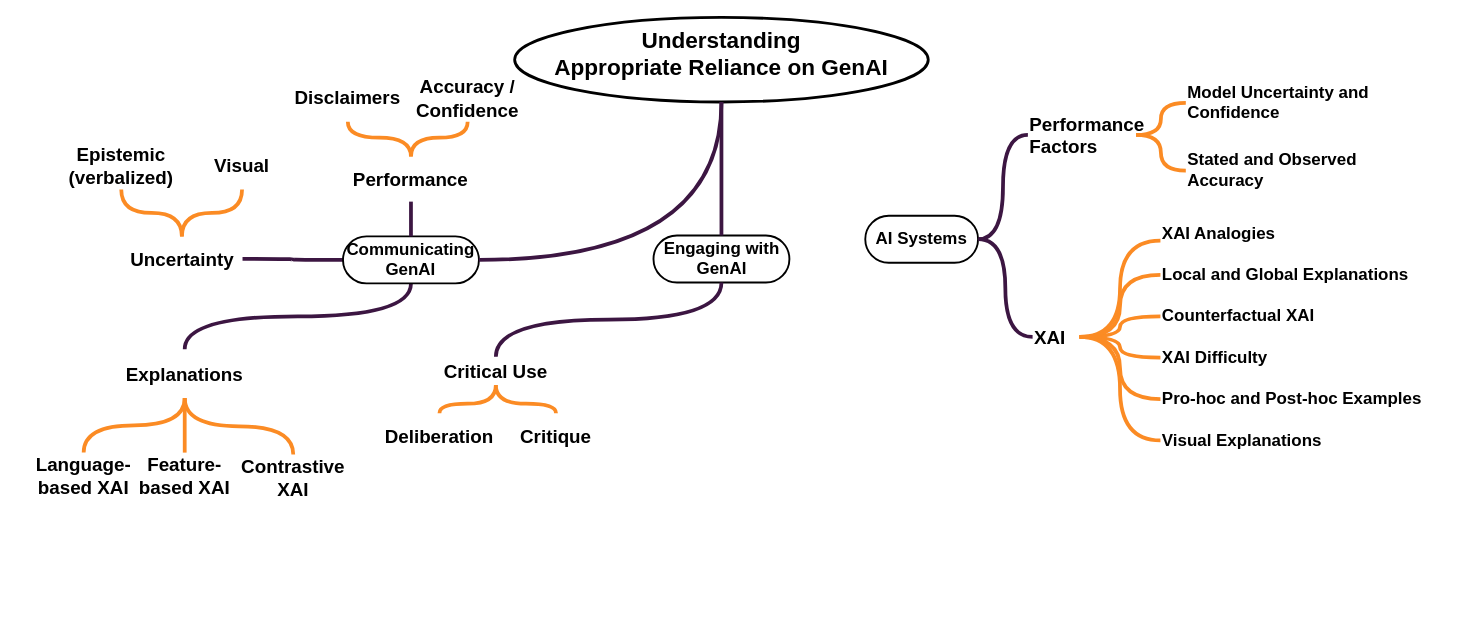
This is ext/chi27-rev-4.1.drawio from raeeschaudhary/Coursera_Exams, a draw.io file, before an edit. Source tidied: cells renumbered, new cells numbered last; positions are measured from the earlier drawing's top-left corner, leaving out a move shared by most shapes. Both pictures are drawn from the tidied source at 94%, with x=0, y=0 at pixel (16, 17).
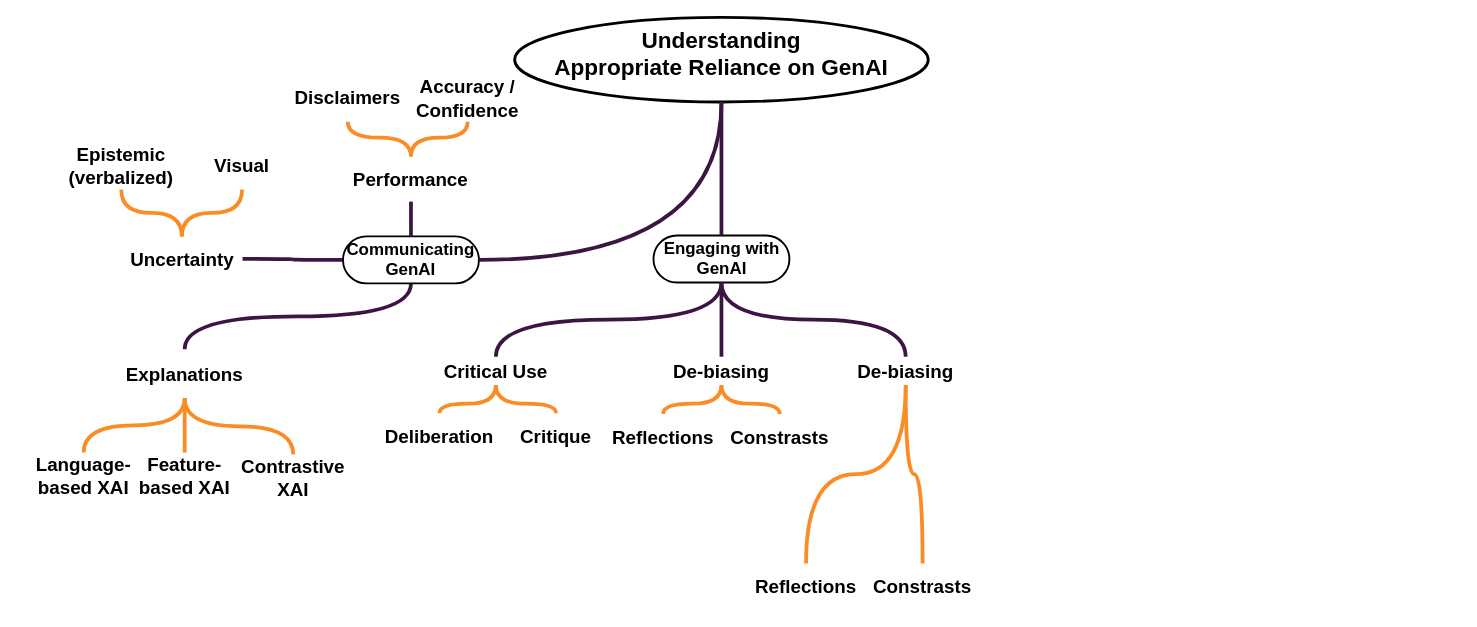
The same page after the edit.

The change refers to these unchanged cells:
```xml
<mxCell id="46" value="Engaging with GenAI" style="rounded=1;whiteSpace=wrap;html=1;arcSize=50;strokeWidth=2;fontFamily=corbel;fontSize=18;fontStyle=1;" parent="1" vertex="1">
  <mxGeometry x="677.7" y="232" width="144.6" height="50" as="geometry" />
</mxCell>
```

Diff of the diagram source:
```diff
@@
-    <mxCell id="3" style="edgeStyle=orthogonalEdgeStyle;rounded=0;jettySize=auto;html=1;exitX=1;exitY=0.5;exitDx=0;exitDy=0;entryX=0;entryY=0.5;entryDx=0;entryDy=0;strokeWidth=4;curved=1;endArrow=none;endFill=0;strokeColor=#3C1642;" parent="1" edge="1" source="4" target="8">
-      <mxGeometry relative="1" as="geometry" />
-    </mxCell>
-    <mxCell id="4" value="AI Systems" style="rounded=1;whiteSpace=wrap;html=1;arcSize=50;strokeWidth=2;fontFamily=corbel;fontSize=18;fontStyle=1;" parent="1" vertex="1">
-      <mxGeometry x="903" y="211" width="120" height="50" as="geometry" />
-    </mxCell>
@@
-    <mxCell id="8" value="&lt;span style=&quot;&quot;&gt;Performance&amp;nbsp;&lt;/span&gt;&lt;div&gt;&lt;span style=&quot;&quot;&gt;Factors&lt;/span&gt;&lt;/div&gt;" style="text;html=1;whiteSpace=wrap;strokeColor=none;fillColor=none;align=left;verticalAlign=middle;rounded=0;fontFamily=corbel;fontStyle=1;fontSize=20;" parent="1" vertex="1">
-      <mxGeometry x="1076" y="110" width="115" height="30" as="geometry" />
-    </mxCell>
-    <mxCell id="9" style="edgeStyle=orthogonalEdgeStyle;rounded=0;jettySize=auto;html=1;exitX=1;exitY=0.5;exitDx=0;exitDy=0;entryX=0;entryY=0.5;entryDx=0;entryDy=0;curved=1;strokeWidth=4;endArrow=none;endFill=0;strokeColor=#FB8B24;" parent="1" edge="1" source="10" target="17">
-      <mxGeometry relative="1" as="geometry" />
-    </mxCell>
-    <mxCell id="10" value="&lt;span style=&quot;&quot;&gt;XAI&lt;/span&gt;" style="text;html=1;whiteSpace=wrap;strokeColor=none;fillColor=none;align=left;verticalAlign=middle;rounded=0;fontFamily=corbel;fontStyle=1;fontSize=20;" parent="1" vertex="1">
-      <mxGeometry x="1081" y="325" width="50" height="30" as="geometry" />
-    </mxCell>
-    <mxCell id="11" style="edgeStyle=orthogonalEdgeStyle;rounded=0;jettySize=auto;html=1;exitX=1;exitY=0.5;exitDx=0;exitDy=0;entryX=0;entryY=0.5;entryDx=0;entryDy=0;strokeWidth=4;curved=1;endArrow=none;endFill=0;strokeColor=#3C1642;" parent="1" edge="1" source="4" target="10">
-      <mxGeometry relative="1" as="geometry" />
-    </mxCell>
-    <mxCell id="12" value="&lt;span&gt;&lt;span&gt;Model Uncertainty and Confidence&lt;/span&gt;&lt;/span&gt;" style="text;html=1;whiteSpace=wrap;strokeColor=none;fillColor=none;align=left;verticalAlign=middle;rounded=0;fontFamily=corbel;fontSize=18;fontStyle=1;" parent="1" vertex="1">
-      <mxGeometry x="1244" y="76" width="277" height="30" as="geometry" />
-    </mxCell>
-    <mxCell id="13" value="&lt;span&gt;&lt;span&gt;Stated and Observed Accuracy&lt;/span&gt;&lt;/span&gt;" style="text;html=1;whiteSpace=wrap;strokeColor=none;fillColor=none;align=left;verticalAlign=middle;rounded=0;fontFamily=corbel;fontSize=18;fontStyle=1;" parent="1" vertex="1">
-      <mxGeometry x="1244" y="148" width="257" height="30" as="geometry" />
-    </mxCell>
-    <mxCell id="14" style="edgeStyle=orthogonalEdgeStyle;rounded=0;jettySize=auto;html=1;entryX=0;entryY=0.5;entryDx=0;entryDy=0;strokeWidth=4;curved=1;endArrow=none;endFill=0;strokeColor=#FB8B24;" parent="1" edge="1" source="8" target="13">
-      <mxGeometry relative="1" as="geometry" />
-    </mxCell>
-    <mxCell id="15" value="&lt;span&gt;&lt;span&gt;XAI Analogies&lt;/span&gt;&lt;/span&gt;" style="text;html=1;whiteSpace=wrap;strokeColor=none;fillColor=none;align=left;verticalAlign=middle;rounded=0;fontFamily=corbel;fontSize=18;fontStyle=1;" parent="1" vertex="1">
-      <mxGeometry x="1217" y="215" width="192" height="30" as="geometry" />
-    </mxCell>
-    <mxCell id="16" value="&lt;span&gt;&lt;span&gt;Local and Global Explanations&amp;nbsp;&lt;/span&gt;&lt;/span&gt;" style="text;html=1;whiteSpace=wrap;strokeColor=none;fillColor=none;align=left;verticalAlign=middle;rounded=0;fontFamily=corbel;fontSize=18;fontStyle=1;" parent="1" vertex="1">
-      <mxGeometry x="1217" y="259" width="290" height="30" as="geometry" />
-    </mxCell>
-    <mxCell id="17" value="&lt;span&gt;&lt;span&gt;Counterfactual XAI&lt;/span&gt;&lt;/span&gt;" style="text;html=1;whiteSpace=wrap;strokeColor=none;fillColor=none;align=left;verticalAlign=middle;rounded=0;fontFamily=corbel;fontSize=18;fontStyle=1;" parent="1" vertex="1">
-      <mxGeometry x="1217" y="303" width="285" height="30" as="geometry" />
-    </mxCell>
-    <mxCell id="18" value="&lt;span&gt;&lt;span&gt;XAI Difficulty&lt;/span&gt;&lt;/span&gt;" style="text;html=1;whiteSpace=wrap;strokeColor=none;fillColor=none;align=left;verticalAlign=middle;rounded=0;fontFamily=corbel;fontSize=18;fontStyle=1;" parent="1" vertex="1">
-      <mxGeometry x="1217" y="347" width="192" height="30" as="geometry" />
-    </mxCell>
-    <mxCell id="19" value="&lt;span&gt;&lt;span&gt;Pro-hoc and Post-hoc Examples&lt;/span&gt;&lt;/span&gt;" style="text;html=1;whiteSpace=wrap;strokeColor=none;fillColor=none;align=left;verticalAlign=middle;rounded=0;fontFamily=corbel;fontSize=18;fontStyle=1;" parent="1" vertex="1">
-      <mxGeometry x="1217" y="391" width="320" height="30" as="geometry" />
-    </mxCell>
-    <mxCell id="20" value="&lt;span&gt;&lt;span&gt;Visual Explanations&lt;/span&gt;&lt;/span&gt;" style="text;html=1;whiteSpace=wrap;strokeColor=none;fillColor=none;align=left;verticalAlign=middle;rounded=0;fontFamily=corbel;fontSize=18;fontStyle=1;" parent="1" vertex="1">
-      <mxGeometry x="1217" y="435" width="192" height="30" as="geometry" />
-    </mxCell>
-    <mxCell id="21" style="edgeStyle=orthogonalEdgeStyle;rounded=0;jettySize=auto;html=1;exitX=1;exitY=0.5;exitDx=0;exitDy=0;entryX=0;entryY=0.5;entryDx=0;entryDy=0;strokeWidth=4;curved=1;endArrow=none;endFill=0;strokeColor=#FB8B24;" parent="1" edge="1" source="10" target="16">
-      <mxGeometry relative="1" as="geometry" />
-    </mxCell>
-    <mxCell id="22" style="edgeStyle=orthogonalEdgeStyle;rounded=0;jettySize=auto;html=1;exitX=1;exitY=0.5;exitDx=0;exitDy=0;entryX=0;entryY=0.5;entryDx=0;entryDy=0;strokeWidth=4;curved=1;endArrow=none;endFill=0;strokeColor=#FB8B24;" parent="1" edge="1" source="10" target="18">
-      <mxGeometry relative="1" as="geometry" />
-    </mxCell>
-    <mxCell id="23" style="edgeStyle=orthogonalEdgeStyle;rounded=0;jettySize=auto;html=1;exitX=1;exitY=0.5;exitDx=0;exitDy=0;entryX=0;entryY=0.5;entryDx=0;entryDy=0;strokeWidth=4;curved=1;endArrow=none;endFill=0;strokeColor=#FB8B24;" parent="1" edge="1" source="10" target="19">
-      <mxGeometry relative="1" as="geometry" />
-    </mxCell>
-    <mxCell id="24" style="edgeStyle=orthogonalEdgeStyle;rounded=0;jettySize=auto;html=1;exitX=1;exitY=0.5;exitDx=0;exitDy=0;entryX=0;entryY=0.5;entryDx=0;entryDy=0;strokeWidth=4;curved=1;endArrow=none;endFill=0;strokeColor=#FB8B24;" parent="1" edge="1" source="10" target="20">
-      <mxGeometry relative="1" as="geometry" />
-    </mxCell>
-    <mxCell id="25" style="edgeStyle=orthogonalEdgeStyle;rounded=0;jettySize=auto;html=1;exitX=1;exitY=0.5;exitDx=0;exitDy=0;entryX=0;entryY=0.75;entryDx=0;entryDy=0;strokeWidth=4;curved=1;endArrow=none;endFill=0;strokeColor=#FB8B24;" parent="1" edge="1" source="10" target="15">
-      <mxGeometry relative="1" as="geometry" />
-    </mxCell>
@@
-    <mxCell id="38" style="edgeStyle=orthogonalEdgeStyle;rounded=0;jettySize=auto;html=1;exitX=1;exitY=0.5;exitDx=0;exitDy=0;entryX=0;entryY=0.5;entryDx=0;entryDy=0;strokeWidth=4;curved=1;endArrow=none;endFill=0;strokeColor=#FB8B24;" parent="1" edge="1" source="8" target="12">
-      <mxGeometry relative="1" as="geometry" />
-    </mxCell>
@@
+    <mxCell id="54" value="De-biasing" style="text;html=1;whiteSpace=wrap;strokeColor=none;fillColor=none;align=center;verticalAlign=middle;rounded=0;fontFamily=corbel;fontStyle=1;fontSize=20;" parent="1" vertex="1">
+      <mxGeometry x="670" y="361" width="160" height="30" as="geometry" />
+    </mxCell>
+    <mxCell id="55" style="edgeStyle=orthogonalEdgeStyle;rounded=0;jettySize=auto;html=1;exitX=0.5;exitY=1;exitDx=0;exitDy=0;entryX=0.5;entryY=0;entryDx=0;entryDy=0;endArrow=none;endFill=0;curved=1;endSize=6;strokeWidth=4;strokeColor=#3C1642;" parent="1" edge="1" source="46" target="54">
+      <mxGeometry relative="1" as="geometry" />
+    </mxCell>
+    <mxCell id="56" value="&lt;span style=&quot;font-size: 20px;&quot;&gt;Reflections&lt;/span&gt;" style="text;html=1;whiteSpace=wrap;strokeColor=none;fillColor=none;align=center;verticalAlign=middle;rounded=0;fontFamily=corbel;fontSize=18;fontStyle=1;" parent="1" vertex="1">
+      <mxGeometry x="628" y="422" width="120" height="50" as="geometry" />
+    </mxCell>
+    <mxCell id="57" value="&lt;span style=&quot;font-size: 20px;&quot;&gt;Constrasts&lt;/span&gt;" style="text;html=1;whiteSpace=wrap;strokeColor=none;fillColor=none;align=center;verticalAlign=middle;rounded=0;fontFamily=corbel;fontSize=18;fontStyle=1;" parent="1" vertex="1">
+      <mxGeometry x="758" y="422" width="108" height="50" as="geometry" />
+    </mxCell>
+    <mxCell id="58" style="edgeStyle=orthogonalEdgeStyle;rounded=0;jettySize=auto;html=1;entryX=0.5;entryY=0;entryDx=0;entryDy=0;strokeWidth=4;curved=1;endArrow=none;endFill=0;strokeColor=#FB8B24;exitX=0.5;exitY=1;exitDx=0;exitDy=0;" parent="1" edge="1" source="54" target="57">
+      <mxGeometry relative="1" as="geometry" />
+    </mxCell>
+    <mxCell id="59" style="edgeStyle=orthogonalEdgeStyle;rounded=0;jettySize=auto;html=1;strokeWidth=4;curved=1;endArrow=none;endFill=0;strokeColor=#FB8B24;exitX=0.5;exitY=1;exitDx=0;exitDy=0;" parent="1" edge="1" source="54" target="56">
+      <mxGeometry relative="1" as="geometry" />
+    </mxCell>
+    <mxCell id="60" value="De-biasing" style="text;html=1;whiteSpace=wrap;strokeColor=none;fillColor=none;align=center;verticalAlign=middle;rounded=0;fontFamily=corbel;fontStyle=1;fontSize=20;" parent="1" vertex="1">
+      <mxGeometry x="866" y="361" width="160" height="30" as="geometry" />
+    </mxCell>
+    <mxCell id="61" value="&lt;span style=&quot;font-size: 20px;&quot;&gt;Reflections&lt;/span&gt;" style="text;html=1;whiteSpace=wrap;strokeColor=none;fillColor=none;align=center;verticalAlign=middle;rounded=0;fontFamily=corbel;fontSize=18;fontStyle=1;" parent="1" vertex="1">
+      <mxGeometry x="780" y="581" width="120" height="50" as="geometry" />
+    </mxCell>
+    <mxCell id="62" value="&lt;span style=&quot;font-size: 20px;&quot;&gt;Constrasts&lt;/span&gt;" style="text;html=1;whiteSpace=wrap;strokeColor=none;fillColor=none;align=center;verticalAlign=middle;rounded=0;fontFamily=corbel;fontSize=18;fontStyle=1;" parent="1" vertex="1">
+      <mxGeometry x="910" y="581" width="108" height="50" as="geometry" />
+    </mxCell>
+    <mxCell id="63" style="edgeStyle=orthogonalEdgeStyle;rounded=0;jettySize=auto;html=1;entryX=0.5;entryY=0;entryDx=0;entryDy=0;strokeWidth=4;curved=1;endArrow=none;endFill=0;strokeColor=#FB8B24;exitX=0.5;exitY=1;exitDx=0;exitDy=0;" parent="1" edge="1" source="60" target="62">
+      <mxGeometry relative="1" as="geometry" />
+    </mxCell>
+    <mxCell id="64" style="edgeStyle=orthogonalEdgeStyle;rounded=0;jettySize=auto;html=1;strokeWidth=4;curved=1;endArrow=none;endFill=0;strokeColor=#FB8B24;exitX=0.5;exitY=1;exitDx=0;exitDy=0;" parent="1" edge="1" source="60" target="61">
+      <mxGeometry relative="1" as="geometry" />
+    </mxCell>
+    <mxCell id="65" style="edgeStyle=orthogonalEdgeStyle;rounded=0;jettySize=auto;html=1;exitX=0.5;exitY=1;exitDx=0;exitDy=0;entryX=0.5;entryY=0;entryDx=0;entryDy=0;endArrow=none;endFill=0;curved=1;endSize=6;strokeWidth=4;strokeColor=#3C1642;" parent="1" edge="1" source="46" target="60">
+      <mxGeometry relative="1" as="geometry" />
+    </mxCell>
```
